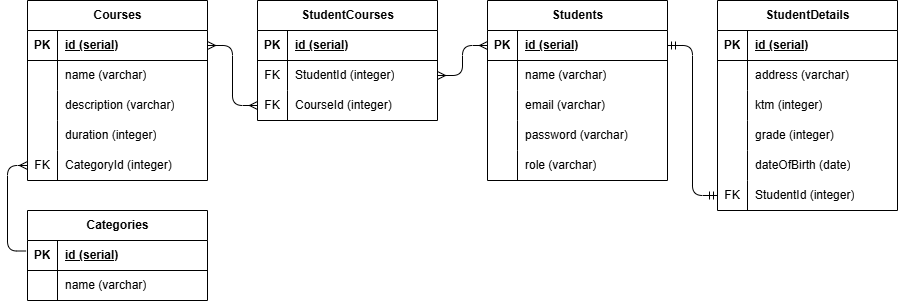
This is erd.drawio.png from TheresiaSamantha/Pair-Project-Course, a draw.io export, as it was before one commit. Source tidied: cells renumbered, new cells last; positions are measured from the earlier drawing's top-left corner, leaving out a move shared by most shapes.
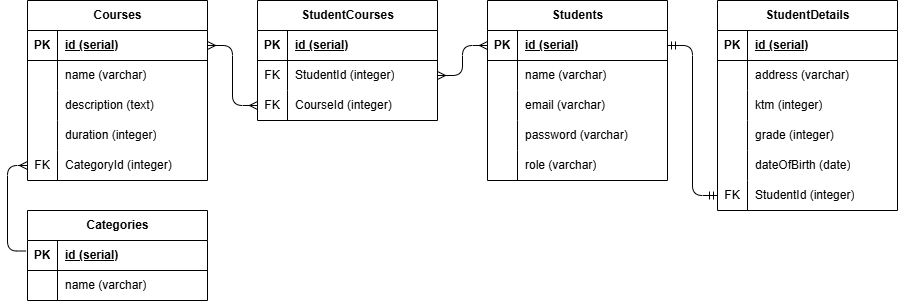
Above is the later version.

Diff of the diagram source:
```diff
@@ -98,7 +98,7 @@
     <mxCell id="33" style="shape=partialRectangle;fillColor=none;top=0;left=0;bottom=0;right=0;overflow=hidden;whiteSpace=wrap;html=1;" parent="32" vertex="1">
       <mxGeometry width="30" height="30" as="geometry" />
     </mxCell>
-    <mxCell id="34" value="description (varchar)" style="shape=partialRectangle;fillColor=none;top=0;left=0;bottom=0;right=0;align=left;spacingLeft=6;overflow=hidden;whiteSpace=wrap;html=1;" parent="32" vertex="1">
+    <mxCell id="34" value="description (text)" style="shape=partialRectangle;fillColor=none;top=0;left=0;bottom=0;right=0;align=left;spacingLeft=6;overflow=hidden;whiteSpace=wrap;html=1;" parent="32" vertex="1">
       <mxGeometry x="30" width="150" height="30" as="geometry" />
     </mxCell>
     <mxCell id="35" style="shape=tableRow;horizontal=0;startSize=0;swimlaneHead=0;swimlaneBody=0;fillColor=none;top=0;left=0;right=0;bottom=0;" parent="25" vertex="1">
```
